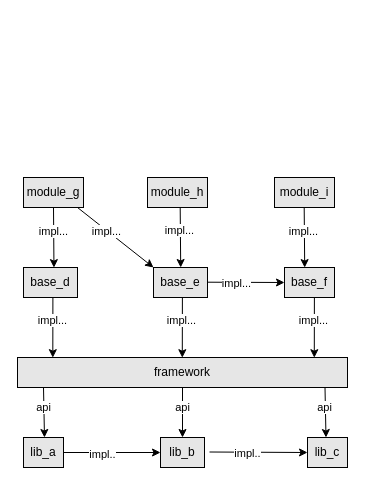
The draw.io diagram page "Page-8" (8 of 8) of T9.drawio in shinecjj/UML, before the edit. Source tidied: cells renumbered, new cells numbered last; positions are measured from the earlier drawing's top-left corner, leaving out a move shared by most shapes. Both pictures are drawn from the tidied source at 100%, with x=0, y=0 at pixel (17, 177).
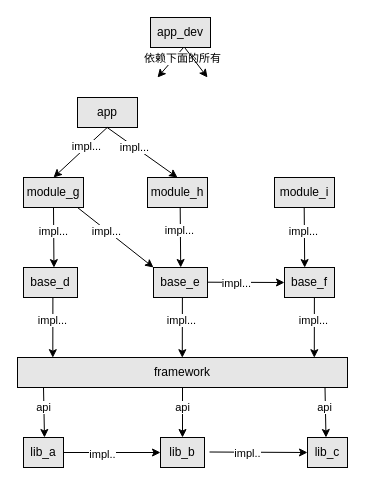
The same diagram, later.

The change refers to these unchanged cells:
```xml
<mxCell id="9" value="module_g" style="rounded=0;whiteSpace=wrap;html=1;fillColor=#E6E6E6;" parent="1" vertex="1">
  <mxGeometry x="6" width="60" height="30" as="geometry" />
</mxCell>
<mxCell id="22" value="module_h" style="rounded=0;whiteSpace=wrap;html=1;fillColor=#E6E6E6;" parent="1" vertex="1">
  <mxGeometry x="130" width="60" height="30" as="geometry" />
</mxCell>
```

Change to the diagram source:
```diff
@@
+    <mxCell id="38" value="app" style="rounded=0;whiteSpace=wrap;html=1;fillColor=#E6E6E6;" parent="1" vertex="1">
+      <mxGeometry x="60" y="-80" width="60" height="30" as="geometry" />
+    </mxCell>
+    <mxCell id="39" style="endArrow=classic;html=1;entryX=0.5;entryY=0;entryDx=0;entryDy=0;exitX=0.5;exitY=1;exitDx=0;exitDy=0;" parent="1" edge="1" target="9">
+      <mxGeometry relative="1" as="geometry">
+        <mxPoint x="89.7" y="-50" as="sourcePoint" />
+      </mxGeometry>
+    </mxCell>
+    <mxCell id="40" value="impl..." style="edgeLabel;html=1;align=center;verticalAlign=middle;" parent="39" vertex="1">
+      <mxGeometry x="-0.24" y="-1" relative="1" as="geometry" />
+    </mxCell>
+    <mxCell id="41" style="endArrow=classic;html=1;entryX=0.5;entryY=0;entryDx=0;entryDy=0;exitX=0.5;exitY=1;exitDx=0;exitDy=0;" parent="1" edge="1" target="22">
+      <mxGeometry relative="1" as="geometry">
+        <mxPoint x="89.7" y="-50" as="sourcePoint" />
+      </mxGeometry>
+    </mxCell>
+    <mxCell id="42" value="impl..." style="edgeLabel;html=1;align=center;verticalAlign=middle;" parent="41" vertex="1">
+      <mxGeometry x="-0.24" y="-1" relative="1" as="geometry" />
+    </mxCell>
+    <mxCell id="43" value="app_dev" style="rounded=0;whiteSpace=wrap;html=1;fillColor=#E6E6E6;" parent="1" vertex="1">
+      <mxGeometry x="133" y="-160" width="60" height="30" as="geometry" />
+    </mxCell>
+    <mxCell id="44" style="endArrow=classic;html=1;" parent="1" edge="1">
+      <mxGeometry relative="1" as="geometry">
+        <mxPoint x="166" y="-130" as="sourcePoint" />
+        <mxPoint x="140" y="-100" as="targetPoint" />
+      </mxGeometry>
+    </mxCell>
+    <mxCell id="45" value="依赖下面的所有" style="edgeLabel;html=1;align=center;verticalAlign=middle;" parent="44" vertex="1">
+      <mxGeometry x="-0.24" y="-1" relative="1" as="geometry">
+        <mxPoint x="9" as="offset" />
+      </mxGeometry>
+    </mxCell>
+    <mxCell id="46" style="endArrow=classic;html=1;exitX=0.576;exitY=1.019;exitDx=0;exitDy=0;exitPerimeter=0;" parent="1" edge="1" source="43">
+      <mxGeometry relative="1" as="geometry">
+        <mxPoint x="190" y="-100" as="targetPoint" />
+      </mxGeometry>
+    </mxCell>
```
